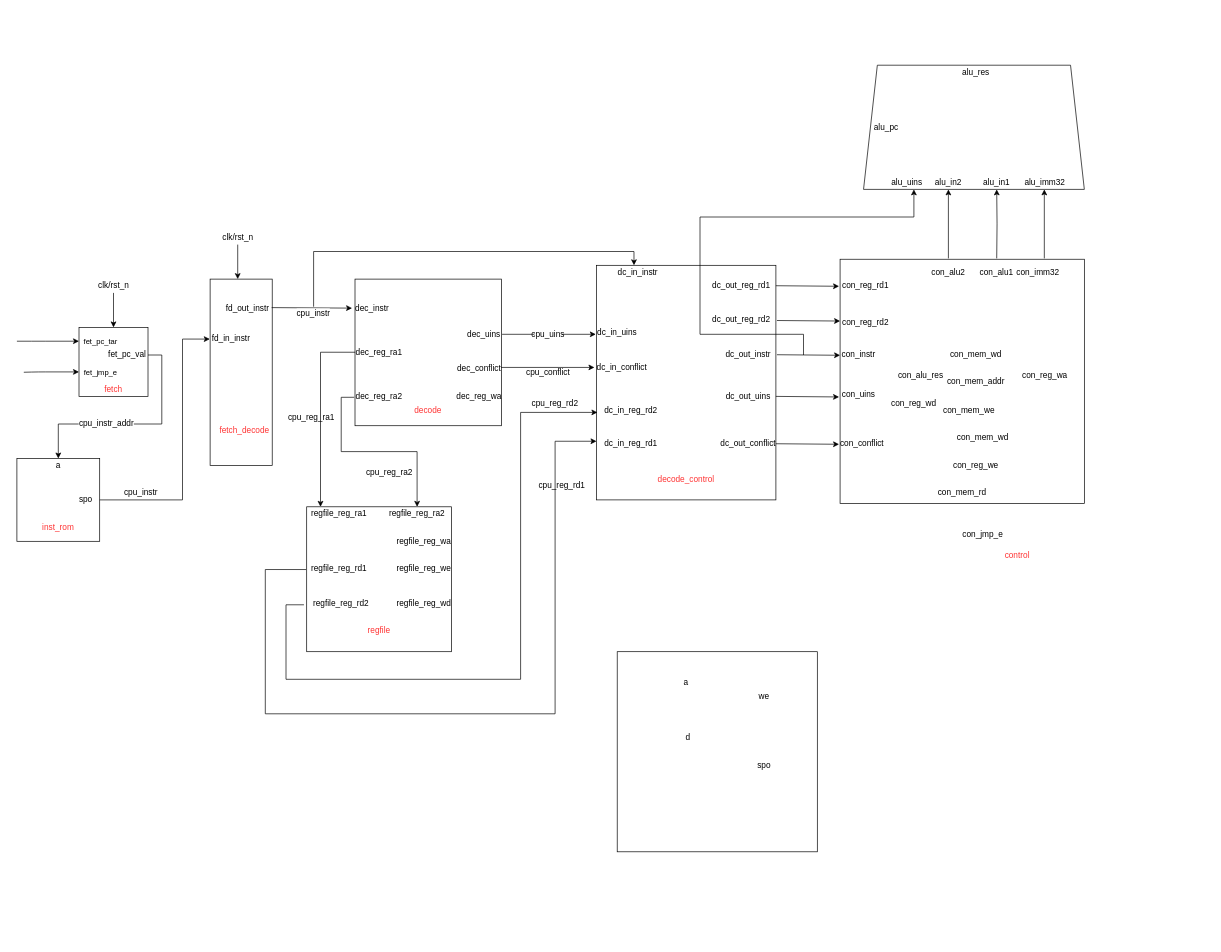
I-Rinka/build-cpu-within-20days keeps this draw.io diagram as Untitled Diagram.drawio. Above is the earlier version. Source tidied: cells renumbered, new cells numbered last; positions are measured from the earlier drawing's top-left corner, leaving out a move shared by most shapes. Both pictures are drawn from the tidied source at 69%, with x=0, y=0 at pixel (17, 65).
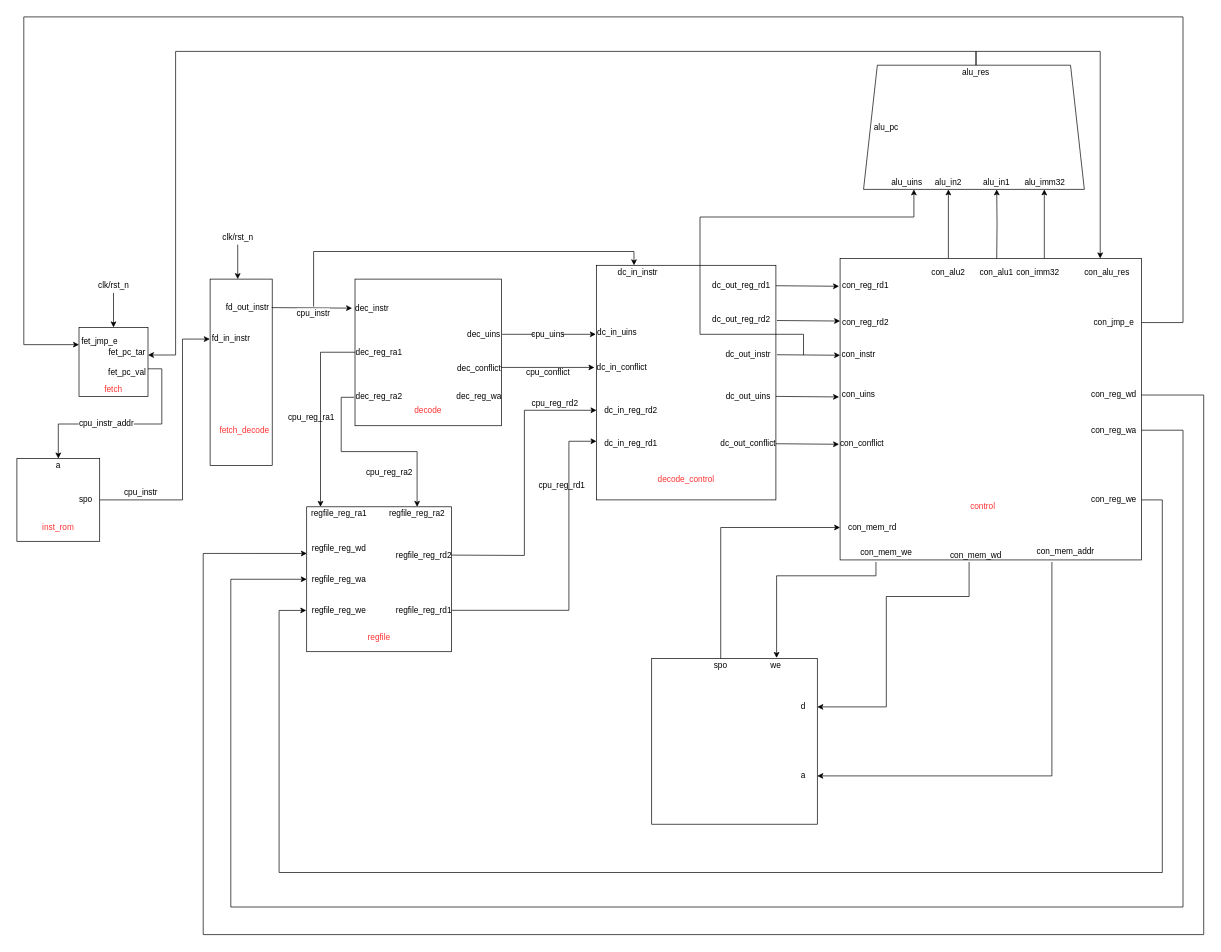
After the change.

The change refers to these unchanged cells:
```xml
<mxCell id="3" style="whiteSpace=wrap;html=1;" parent="1" vertex="1">
  <mxGeometry x="90" y="380" width="100" height="100" as="geometry" />
</mxCell>
<mxCell id="16" style="whiteSpace=wrap;html=1;" parent="1" vertex="1">
  <mxGeometry y="570" width="120" height="120" as="geometry" />
</mxCell>
<mxCell id="38" style="rounded=0;whiteSpace=wrap;html=1;" parent="1" vertex="1">
  <mxGeometry x="840" y="290" width="260" height="340" as="geometry" />
</mxCell>
<mxCell id="40" style="whiteSpace=wrap;html=1;" parent="1" vertex="1">
  <mxGeometry x="420" y="640" width="210" height="210" as="geometry" />
</mxCell>
<mxCell id="91" value="alu_res" style="text;html=1;strokeColor=none;fillColor=none;align=center;verticalAlign=middle;whiteSpace=wrap;rounded=0;" parent="1" vertex="1">
  <mxGeometry x="1370" width="40" height="20" as="geometry" />
</mxCell>
```

Change to the diagram source:
```diff
@@
-    <mxCell id="4" style="endArrow=classic;html=1;" parent="1" edge="1">
-      <mxGeometry relative="1" as="geometry">
-        <mxPoint y="400" as="sourcePoint" />
-        <mxPoint x="90" y="400" as="targetPoint" />
-        <Array as="points">
-          <mxPoint x="31" y="400" />
-        </Array>
-      </mxGeometry>
-    </mxCell>
-    <mxCell id="5" value="fet_pc_tar" style="edgeLabel;html=1;align=center;verticalAlign=middle;" parent="4" vertex="1">
-      <mxGeometry x="-0.77" y="-3" relative="1" as="geometry">
-        <mxPoint x="110" y="-3" as="offset" />
-      </mxGeometry>
-    </mxCell>
-    <mxCell id="6" style="endArrow=classic;html=1;" parent="1" edge="1">
-      <mxGeometry relative="1" as="geometry">
-        <mxPoint x="10" y="445" as="sourcePoint" />
-        <mxPoint x="90" y="444.5" as="targetPoint" />
-        <Array as="points">
-          <mxPoint x="31" y="444.5" />
-        </Array>
-      </mxGeometry>
-    </mxCell>
-    <mxCell id="7" value="fet_jmp_e" style="edgeLabel;html=1;align=center;verticalAlign=middle;" parent="6" vertex="1">
-      <mxGeometry x="-0.76" y="-3" relative="1" as="geometry">
-        <mxPoint x="100" y="-3" as="offset" />
-      </mxGeometry>
-    </mxCell>
     <mxCell id="8" style="edgeStyle=orthogonalEdgeStyle;rounded=0;jettySize=auto;html=1;entryX=0.5;entryY=0;entryDx=0;entryDy=0;" parent="1" edge="1" target="16">
       <mxGeometry relative="1" as="geometry">
-        <mxPoint x="190" y="420" as="sourcePoint" />
+        <mxPoint x="190" y="440" as="sourcePoint" />
         <Array as="points">
-          <mxPoint x="210" y="420" />
+          <mxPoint x="190" y="440" />
+          <mxPoint x="210" y="440" />
           <mxPoint x="210" y="520" />
           <mxPoint x="60" y="520" />
         </Array>
       </mxGeometry>
     </mxCell>
     <mxCell id="9" value="fet_pc_val" style="text;html=1;strokeColor=none;fillColor=none;align=center;verticalAlign=middle;whiteSpace=wrap;rounded=0;" parent="1" vertex="1">
-      <mxGeometry x="140" y="410" width="40" height="20" as="geometry" />
+      <mxGeometry x="140" y="435" width="40" height="20" as="geometry" />
     </mxCell>
@@
     <mxCell id="39" style="whiteSpace=wrap;html=1;" parent="1" vertex="1">
-      <mxGeometry x="1193" y="281.2" width="354" height="354" as="geometry" />
+      <mxGeometry x="1193" y="280" width="437" height="437" as="geometry" />
     </mxCell>
@@
     <mxCell id="41" value="&lt;font color=&quot;#ff3333&quot;&gt;regfile&lt;/font&gt;" style="text;html=1;strokeColor=none;fillColor=none;align=center;verticalAlign=middle;whiteSpace=wrap;rounded=0;" parent="1" vertex="1">
-      <mxGeometry x="505" y="810" width="40" height="20" as="geometry" />
+      <mxGeometry x="505" y="820" width="40" height="20" as="geometry" />
     </mxCell>
@@
     <mxCell id="44" value="regfile_reg_we" style="text;html=1;strokeColor=none;fillColor=none;align=center;verticalAlign=middle;whiteSpace=wrap;rounded=0;" parent="1" vertex="1">
-      <mxGeometry x="570" y="720" width="40" height="20" as="geometry" />
+      <mxGeometry x="447" y="780" width="40" height="20" as="geometry" />
     </mxCell>
     <mxCell id="45" value="regfile_reg_wd" style="text;html=1;strokeColor=none;fillColor=none;align=center;verticalAlign=middle;whiteSpace=wrap;rounded=0;" parent="1" vertex="1">
-      <mxGeometry x="570" y="770" width="40" height="20" as="geometry" />
+      <mxGeometry x="447" y="690" width="40" height="20" as="geometry" />
     </mxCell>
-    <mxCell id="46" style="edgeStyle=orthogonalEdgeStyle;rounded=0;jettySize=auto;html=1;entryX=0;entryY=0.75;entryDx=0;entryDy=0;exitX=-0.004;exitY=0.433;exitDx=0;exitDy=0;exitPerimeter=0;" parent="1" edge="1" source="40" target="38">
-      <mxGeometry relative="1" as="geometry">
-        <Array as="points">
-          <mxPoint x="360" y="731" />
-          <mxPoint x="360" y="940" />
-          <mxPoint x="780" y="940" />
-          <mxPoint x="780" y="545" />
-        </Array>
-      </mxGeometry>
-    </mxCell>
+    <mxCell id="111" style="edgeStyle=orthogonalEdgeStyle;rounded=0;jettySize=auto;html=1;entryX=0;entryY=0.75;entryDx=0;entryDy=0;" parent="1" edge="1" target="38">
+      <mxGeometry relative="1" as="geometry">
+        <mxPoint x="630" y="790" as="sourcePoint" />
+        <Array as="points">
+          <mxPoint x="800" y="790" />
+          <mxPoint x="800" y="545" />
+        </Array>
+      </mxGeometry>
+    </mxCell>
     <mxCell id="47" value="regfile_reg_rd1" style="text;html=1;strokeColor=none;fillColor=none;align=center;verticalAlign=middle;whiteSpace=wrap;rounded=0;" parent="1" vertex="1">
-      <mxGeometry x="447" y="720" width="40" height="20" as="geometry" />
+      <mxGeometry x="570" y="780" width="40" height="20" as="geometry" />
     </mxCell>
-    <mxCell id="48" style="edgeStyle=orthogonalEdgeStyle;rounded=0;jettySize=auto;html=1;entryX=0.005;entryY=0.627;entryDx=0;entryDy=0;entryPerimeter=0;" parent="1" edge="1" target="38">
-      <mxGeometry relative="1" as="geometry">
-        <mxPoint x="416" y="782" as="sourcePoint" />
-        <Array as="points">
-          <mxPoint x="390" y="782" />
-          <mxPoint x="390" y="890" />
-          <mxPoint x="730" y="890" />
-          <mxPoint x="730" y="503" />
-        </Array>
-      </mxGeometry>
-    </mxCell>
+    <mxCell id="112" style="edgeStyle=orthogonalEdgeStyle;rounded=0;jettySize=auto;html=1;entryX=0;entryY=0.618;entryDx=0;entryDy=0;entryPerimeter=0;" parent="1" edge="1" target="38">
+      <mxGeometry relative="1" as="geometry">
+        <mxPoint x="630" y="710" as="sourcePoint" />
+      </mxGeometry>
+    </mxCell>
     <mxCell id="49" value="regfile_reg_rd2" style="text;html=1;strokeColor=none;fillColor=none;align=center;verticalAlign=middle;whiteSpace=wrap;rounded=0;" parent="1" vertex="1">
-      <mxGeometry x="450" y="770" width="40" height="20" as="geometry" />
+      <mxGeometry x="570" y="700" width="40" height="20" as="geometry" />
     </mxCell>
     <mxCell id="50" value="regfile_reg_wa" style="text;html=1;strokeColor=none;fillColor=none;align=center;verticalAlign=middle;whiteSpace=wrap;rounded=0;" parent="1" vertex="1">
-      <mxGeometry x="570" y="680" width="40" height="20" as="geometry" />
+      <mxGeometry x="447" y="735" width="40" height="20" as="geometry" />
     </mxCell>
@@
     <mxCell id="55" value="&lt;font color=&quot;#ff3333&quot;&gt;control&lt;/font&gt;" style="text;html=1;strokeColor=none;fillColor=none;align=center;verticalAlign=middle;whiteSpace=wrap;rounded=0;" parent="1" vertex="1">
-      <mxGeometry x="1430" y="700" width="40" height="20" as="geometry" />
+      <mxGeometry x="1380" y="630" width="40" height="20" as="geometry" />
     </mxCell>
@@
     <mxCell id="72" value="con_mem_rd" style="text;html=1;strokeColor=none;fillColor=none;align=center;verticalAlign=middle;whiteSpace=wrap;rounded=0;" parent="1" vertex="1">
-      <mxGeometry x="1350" y="610" width="40" height="20" as="geometry" />
+      <mxGeometry x="1220" y="660" width="40" height="20" as="geometry" />
     </mxCell>
     <mxCell id="73" value="con_alu_res" style="text;html=1;strokeColor=none;fillColor=none;align=center;verticalAlign=middle;whiteSpace=wrap;rounded=0;" parent="1" vertex="1">
-      <mxGeometry x="1290" y="440" width="40" height="20" as="geometry" />
+      <mxGeometry x="1560" y="290" width="40" height="20" as="geometry" />
     </mxCell>
+    <mxCell id="113" style="edgeStyle=orthogonalEdgeStyle;rounded=0;jettySize=auto;html=1;entryX=1;entryY=0.5;entryDx=0;entryDy=0;exitX=0;exitY=1;exitDx=0;exitDy=0;" parent="1" edge="1" source="74" target="100">
+      <mxGeometry relative="1" as="geometry">
+        <Array as="points">
+          <mxPoint x="1500" y="1030" />
+        </Array>
+      </mxGeometry>
+    </mxCell>
     <mxCell id="74" value="con_mem_addr" style="text;html=1;strokeColor=none;fillColor=none;align=center;verticalAlign=middle;whiteSpace=wrap;rounded=0;" parent="1" vertex="1">
-      <mxGeometry x="1370" y="448.2" width="40" height="20" as="geometry" />
+      <mxGeometry x="1500" y="690" width="40" height="30" as="geometry" />
     </mxCell>
+    <mxCell id="114" style="edgeStyle=orthogonalEdgeStyle;rounded=0;orthogonalLoop=1;jettySize=auto;html=1;" parent="1" edge="1">
+      <mxGeometry relative="1" as="geometry">
+        <mxPoint x="1245" y="720" as="sourcePoint" />
+        <mxPoint x="1101" y="859" as="targetPoint" />
+        <Array as="points">
+          <mxPoint x="1245" y="740" />
+          <mxPoint x="1101" y="740" />
+        </Array>
+      </mxGeometry>
+    </mxCell>
     <mxCell id="75" value="con_mem_we" style="text;html=1;strokeColor=none;fillColor=none;align=center;verticalAlign=middle;whiteSpace=wrap;rounded=0;" parent="1" vertex="1">
-      <mxGeometry x="1360" y="490" width="40" height="20" as="geometry" />
+      <mxGeometry x="1240" y="697" width="40" height="20" as="geometry" />
     </mxCell>
-    <mxCell id="76" value="con_mem_wd" style="text;html=1;strokeColor=none;fillColor=none;align=center;verticalAlign=middle;whiteSpace=wrap;rounded=0;" parent="1" vertex="1">
-      <mxGeometry x="1380" y="530" width="40" height="20" as="geometry" />
-    </mxCell>
+    <mxCell id="115" style="edgeStyle=orthogonalEdgeStyle;rounded=0;jettySize=auto;html=1;entryX=-0.003;entryY=0.715;entryDx=0;entryDy=0;entryPerimeter=0;" parent="1" edge="1" target="40">
+      <mxGeometry relative="1" as="geometry">
+        <mxPoint x="1630" y="630" as="sourcePoint" />
+        <Array as="points">
+          <mxPoint x="1660" y="630" />
+          <mxPoint x="1660" y="1170" />
+          <mxPoint x="380" y="1170" />
+          <mxPoint x="380" y="790" />
+        </Array>
+      </mxGeometry>
+    </mxCell>
     <mxCell id="77" value="con_reg_we" style="text;html=1;strokeColor=none;fillColor=none;align=center;verticalAlign=middle;whiteSpace=wrap;rounded=0;" parent="1" vertex="1">
-      <mxGeometry x="1370" y="570" width="40" height="20" as="geometry" />
+      <mxGeometry x="1570" y="620" width="40" height="20" as="geometry" />
     </mxCell>
+    <mxCell id="116" style="edgeStyle=orthogonalEdgeStyle;rounded=0;jettySize=auto;html=1;entryX=0.001;entryY=0.322;entryDx=0;entryDy=0;entryPerimeter=0;" parent="1" edge="1" target="40">
+      <mxGeometry relative="1" as="geometry">
+        <mxPoint x="1630" y="478" as="sourcePoint" />
+        <Array as="points">
+          <mxPoint x="1720" y="478" />
+          <mxPoint x="1720" y="1260" />
+          <mxPoint x="270" y="1260" />
+          <mxPoint x="270" y="708" />
+        </Array>
+      </mxGeometry>
+    </mxCell>
     <mxCell id="78" value="con_reg_wd" style="text;html=1;strokeColor=none;fillColor=none;align=center;verticalAlign=middle;whiteSpace=wrap;rounded=0;" parent="1" vertex="1">
-      <mxGeometry x="1280" y="480" width="40" height="20" as="geometry" />
+      <mxGeometry x="1570" y="468.2" width="40" height="20" as="geometry" />
     </mxCell>
+    <mxCell id="117" style="edgeStyle=orthogonalEdgeStyle;rounded=0;jettySize=auto;html=1;entryX=0;entryY=0.5;entryDx=0;entryDy=0;" parent="1" edge="1" target="40">
+      <mxGeometry relative="1" as="geometry">
+        <mxPoint x="1630" y="529" as="sourcePoint" />
+        <Array as="points">
+          <mxPoint x="1690" y="529" />
+          <mxPoint x="1690" y="1220" />
+          <mxPoint x="310" y="1220" />
+          <mxPoint x="310" y="745" />
+        </Array>
+      </mxGeometry>
+    </mxCell>
     <mxCell id="79" value="con_reg_wa" style="text;html=1;strokeColor=none;fillColor=none;align=center;verticalAlign=middle;whiteSpace=wrap;rounded=0;" parent="1" vertex="1">
-      <mxGeometry x="1470" y="440" width="40" height="20" as="geometry" />
+      <mxGeometry x="1570" y="519" width="40" height="20" as="geometry" />
     </mxCell>
+    <mxCell id="118" style="edgeStyle=orthogonalEdgeStyle;rounded=0;jettySize=auto;html=1;entryX=0;entryY=0.25;entryDx=0;entryDy=0;" parent="1" edge="1" target="3">
+      <mxGeometry relative="1" as="geometry">
+        <mxPoint x="1630" y="373" as="sourcePoint" />
+        <Array as="points">
+          <mxPoint x="1690" y="373" />
+          <mxPoint x="1690" y="-70" />
+          <mxPoint x="10" y="-70" />
+          <mxPoint x="10" y="405" />
+        </Array>
+      </mxGeometry>
+    </mxCell>
     <mxCell id="80" value="con_jmp_e" style="text;html=1;strokeColor=none;fillColor=none;align=center;verticalAlign=middle;whiteSpace=wrap;rounded=0;" parent="1" vertex="1">
-      <mxGeometry x="1380" y="670" width="40" height="20" as="geometry" />
+      <mxGeometry x="1570" y="363" width="40" height="20" as="geometry" />
     </mxCell>
@@
+    <mxCell id="119" style="edgeStyle=orthogonalEdgeStyle;rounded=0;jettySize=auto;html=1;" parent="1" edge="1" source="91">
+      <mxGeometry relative="1" as="geometry">
+        <mxPoint x="1570" y="280" as="targetPoint" />
+        <Array as="points">
+          <mxPoint x="1390" y="-20" />
+          <mxPoint x="1570" y="-20" />
+        </Array>
+      </mxGeometry>
+    </mxCell>
+    <mxCell id="120" style="edgeStyle=orthogonalEdgeStyle;rounded=0;jettySize=auto;html=1;" parent="1" edge="1" source="91">
+      <mxGeometry relative="1" as="geometry">
+        <mxPoint x="190" y="420" as="targetPoint" />
+        <Array as="points">
+          <mxPoint x="1390" y="-20" />
+          <mxPoint x="230" y="-20" />
+          <mxPoint x="230" y="420" />
+          <mxPoint x="190" y="420" />
+        </Array>
+      </mxGeometry>
+    </mxCell>
@@
+    <mxCell id="121" style="edgeStyle=orthogonalEdgeStyle;rounded=0;jettySize=auto;html=1;entryX=1;entryY=0.5;entryDx=0;entryDy=0;" parent="1" edge="1" target="101">
+      <mxGeometry relative="1" as="geometry">
+        <mxPoint x="1380" y="720" as="sourcePoint" />
+        <Array as="points">
+          <mxPoint x="1380" y="770" />
+          <mxPoint x="1260" y="770" />
+          <mxPoint x="1260" y="930" />
+        </Array>
+      </mxGeometry>
+    </mxCell>
     <mxCell id="94" value="con_mem_wd" style="text;html=1;strokeColor=none;fillColor=none;align=center;verticalAlign=middle;whiteSpace=wrap;rounded=0;" parent="1" vertex="1">
-      <mxGeometry x="1370" y="410" width="40" height="20" as="geometry" />
+      <mxGeometry x="1370" y="700" width="40" height="20" as="geometry" />
     </mxCell>
@@
     <mxCell id="99" style="whiteSpace=wrap;html=1;fillColor=#FFFFFF;" parent="1" vertex="1">
-      <mxGeometry x="870" y="850" width="290" height="290" as="geometry" />
+      <mxGeometry x="920" y="860" width="240" height="240" as="geometry" />
     </mxCell>
     <mxCell id="100" value="a" style="text;html=1;strokeColor=none;fillColor=none;align=center;verticalAlign=middle;whiteSpace=wrap;rounded=0;" parent="1" vertex="1">
-      <mxGeometry x="950" y="885" width="40" height="20" as="geometry" />
+      <mxGeometry x="1120" y="1020" width="40" height="20" as="geometry" />
     </mxCell>
     <mxCell id="101" value="d" style="text;html=1;strokeColor=none;fillColor=none;align=center;verticalAlign=middle;whiteSpace=wrap;rounded=0;" parent="1" vertex="1">
-      <mxGeometry x="953" y="965" width="40" height="20" as="geometry" />
+      <mxGeometry x="1120" y="920" width="40" height="20" as="geometry" />
     </mxCell>
     <mxCell id="102" value="we" style="text;html=1;strokeColor=none;fillColor=none;align=center;verticalAlign=middle;whiteSpace=wrap;rounded=0;" parent="1" vertex="1">
-      <mxGeometry x="1063" y="905" width="40" height="20" as="geometry" />
+      <mxGeometry x="1080" y="860" width="40" height="20" as="geometry" />
     </mxCell>
+    <mxCell id="122" style="edgeStyle=orthogonalEdgeStyle;rounded=0;jettySize=auto;html=1;exitX=0.5;exitY=0;exitDx=0;exitDy=0;" parent="1" edge="1" source="103">
+      <mxGeometry relative="1" as="geometry">
+        <mxPoint x="1193" y="670" as="targetPoint" />
+        <Array as="points">
+          <mxPoint x="1020" y="670" />
+        </Array>
+      </mxGeometry>
+    </mxCell>
     <mxCell id="103" value="spo" style="text;html=1;strokeColor=none;fillColor=none;align=center;verticalAlign=middle;whiteSpace=wrap;rounded=0;" parent="1" vertex="1">
-      <mxGeometry x="1063" y="1005" width="40" height="20" as="geometry" />
+      <mxGeometry x="1000" y="860" width="40" height="20" as="geometry" />
     </mxCell>
@@
+    <mxCell id="7" value="fet_jmp_e" style="text;html=1;strokeColor=none;fillColor=none;align=center;verticalAlign=middle;whiteSpace=wrap;rounded=0;" parent="1" vertex="1">
+      <mxGeometry x="100" y="390" width="40" height="20" as="geometry" />
+    </mxCell>
+    <mxCell id="5" value="fet_pc_tar" style="text;html=1;strokeColor=none;fillColor=none;align=center;verticalAlign=middle;whiteSpace=wrap;rounded=0;" parent="1" vertex="1">
+      <mxGeometry x="140" y="406.2" width="40" height="20" as="geometry" />
+    </mxCell>
```
